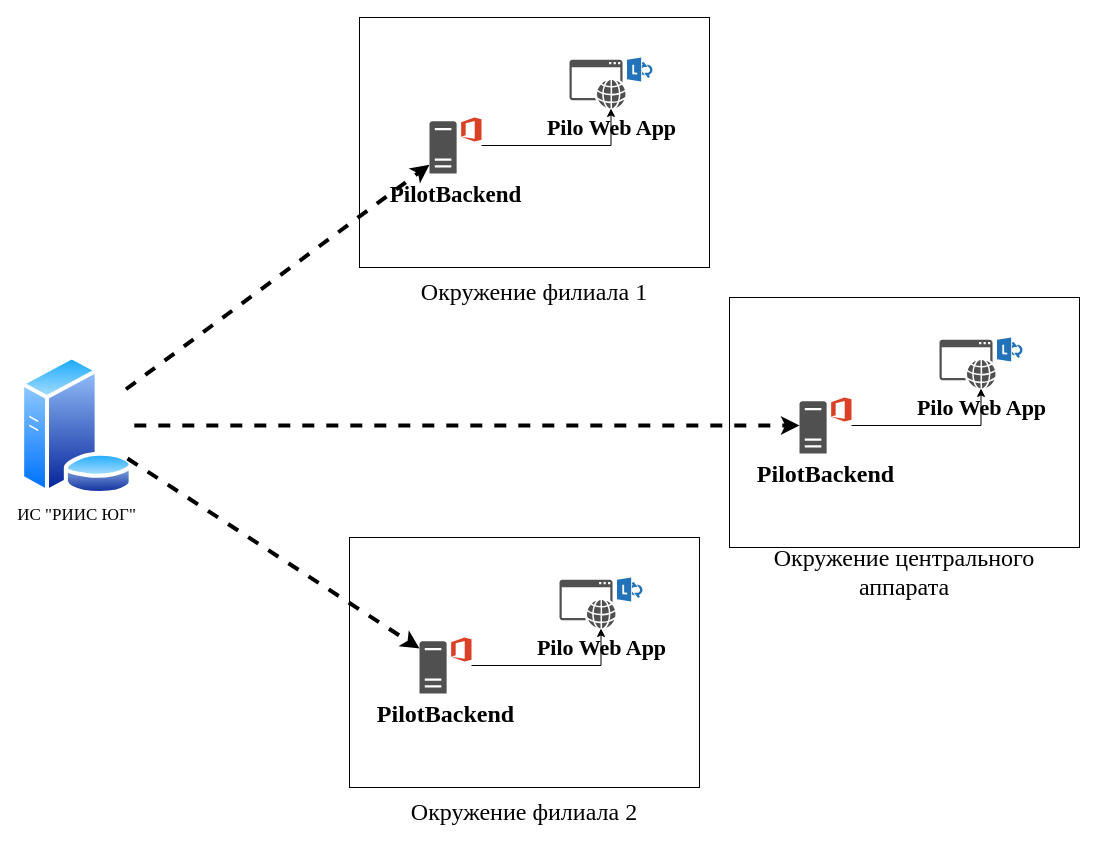
The draw.io diagram page "РИИС ЮГ" (16 of 16) of Pilot Схема потоков данных.drawio in aaf1974/ProjectDiagram, before the edit. Source tidied: cells renumbered, new cells numbered last; positions are measured from the earlier drawing's top-left corner, leaving out a move shared by most shapes. Both pictures are drawn from the tidied source at 100%, with x=0, y=0 at pixel (19, 17).
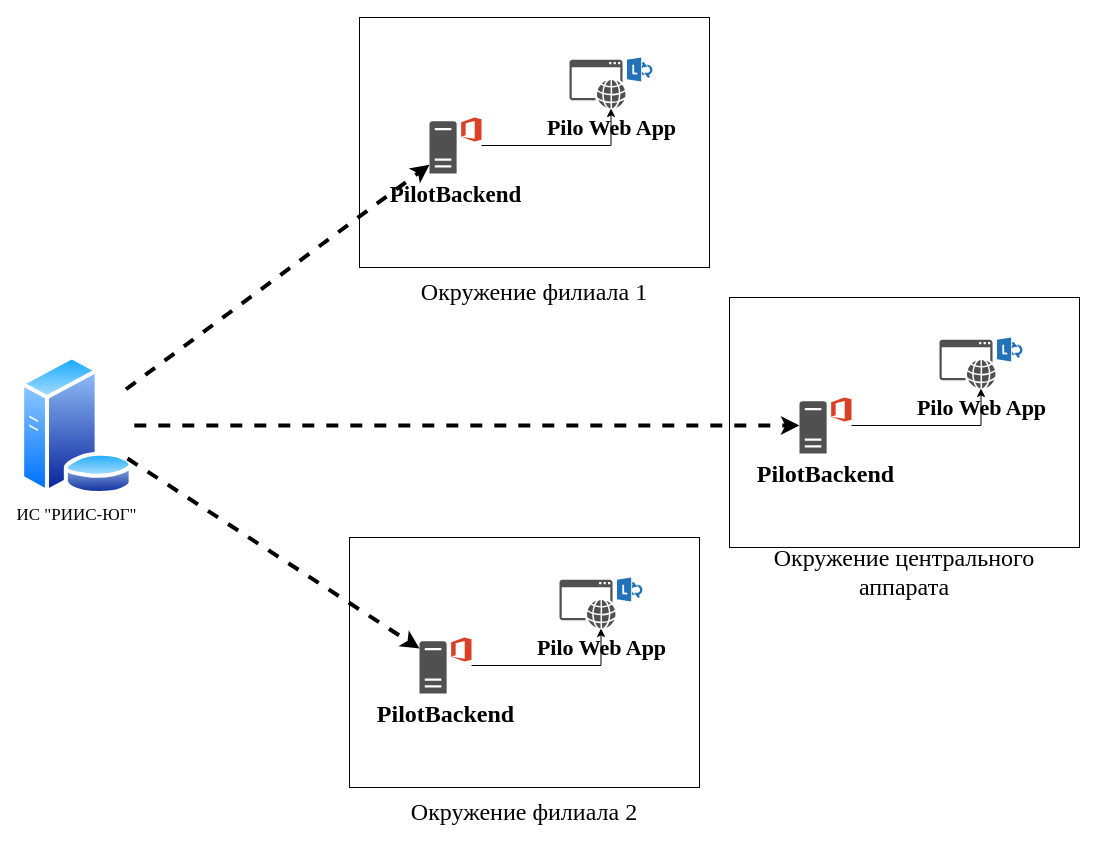
After the change.

What changed in the source:
```diff
@@
-    <mxCell id="2" value="&lt;font style=&quot;font-size: 17px;&quot; face=&quot;Times New Roman&quot;&gt;ИС &quot;РИИС ЮГ&quot;&lt;/font&gt;" style="image;perimeter=ellipsePerimeter;html=1;align=center;shadow=0;dashed=0;spacingTop=3;image=img/lib/active_directory/database_server.svg;" parent="1" vertex="1">
+    <mxCell id="2" value="&lt;font style=&quot;font-size: 17px;&quot; face=&quot;Times New Roman&quot;&gt;ИС &quot;РИИС-ЮГ&quot;&lt;/font&gt;" style="image;perimeter=ellipsePerimeter;html=1;align=center;shadow=0;dashed=0;spacingTop=3;image=img/lib/active_directory/database_server.svg;" parent="1" vertex="1">
       <mxGeometry y="338" width="114.8" height="140" as="geometry" />
     </mxCell>
```
